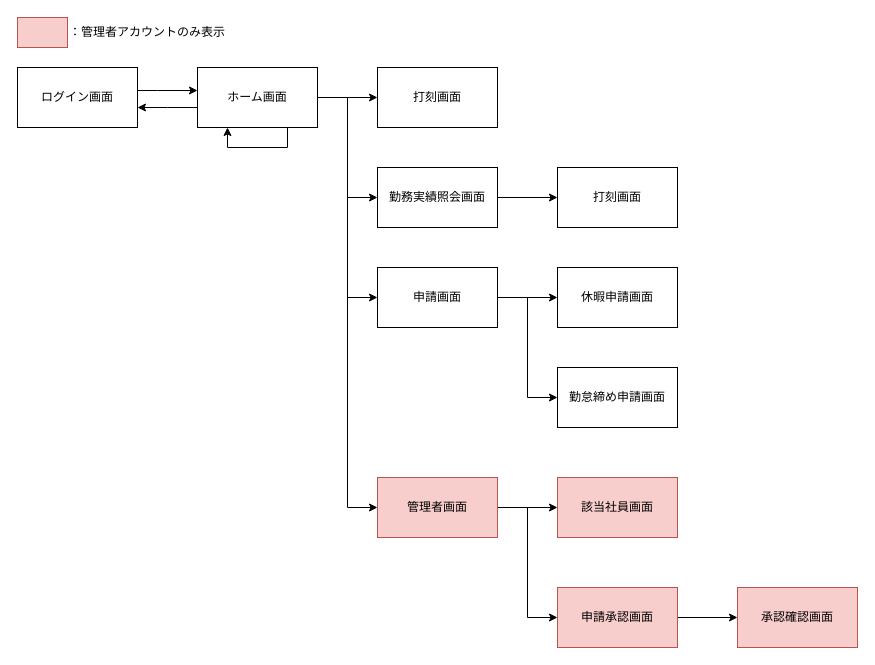
Before: docs/screen/screen-transition.drawio in youkobaske/agentSupport-attendanceSystem, a draw.io diagram. Source tidied: cells renumbered, new cells numbered last; positions are measured from the earlier drawing's top-left corner, leaving out a move shared by most shapes. Both pictures are drawn from the tidied source at 100%, with x=0, y=0 at pixel (17, 17).
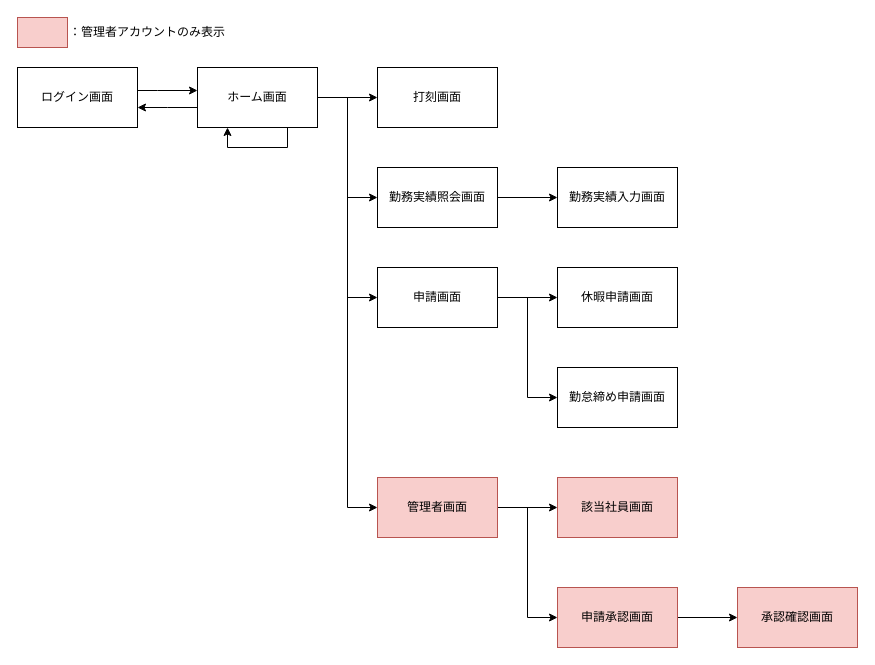
The same page after the edit.

Commit message (it also covers changes not shown here):
「勤務実績照会画面→打刻画面」を「勤務実績照会画面→勤務実績入力画面」に修正

The edit, as a diff of the source:
```diff
@@
-    <mxCell id="25" value="打刻画面" style="rounded=0;whiteSpace=wrap;html=1;" parent="1" vertex="1">
+    <mxCell id="25" value="勤務実績入力画面" style="rounded=0;whiteSpace=wrap;html=1;" parent="1" vertex="1">
       <mxGeometry x="540" y="150" width="120" height="60" as="geometry" />
     </mxCell>
```
